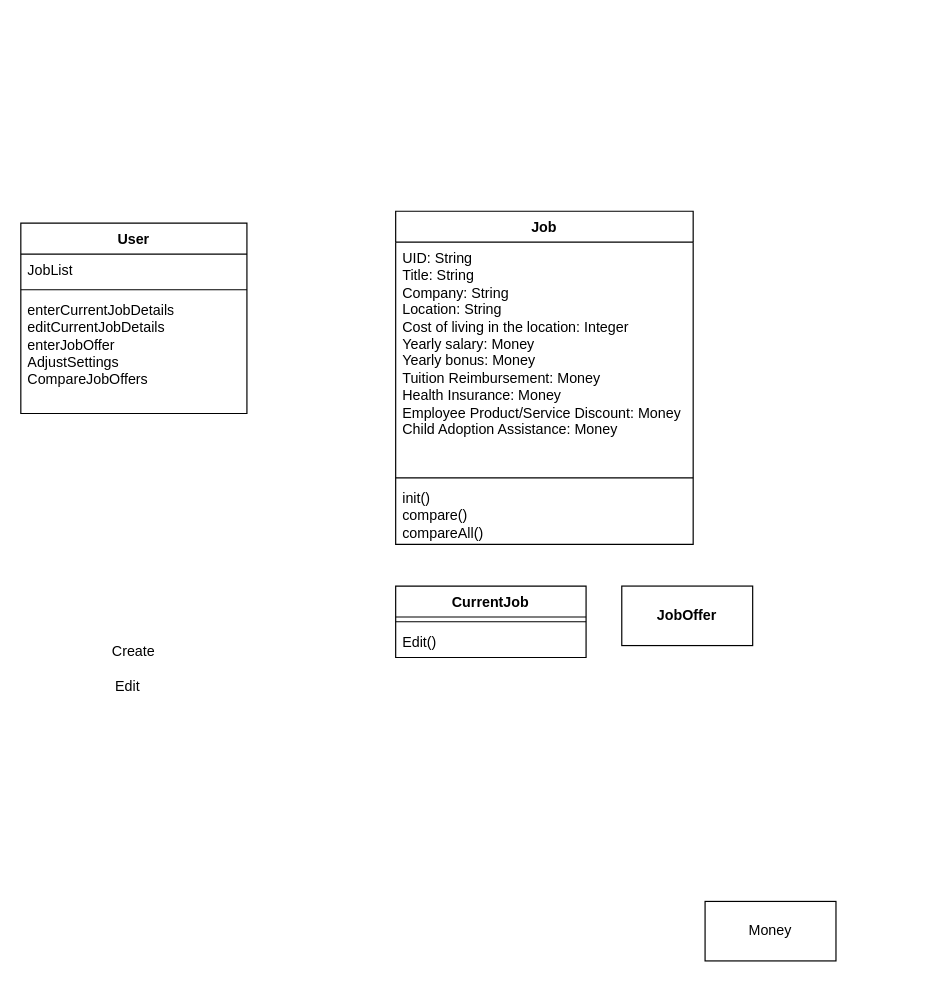
LanYan1110/Blog_Web_Application keeps this draw.io diagram as Untitled Diagram.drawio. Above is the earlier version. Source tidied: cells renumbered, new cells numbered last; positions are measured from the earlier drawing's top-left corner, leaving out a move shared by most shapes. Both pictures are drawn from the tidied source at 119%, with x=0, y=0 at pixel (20, 211).
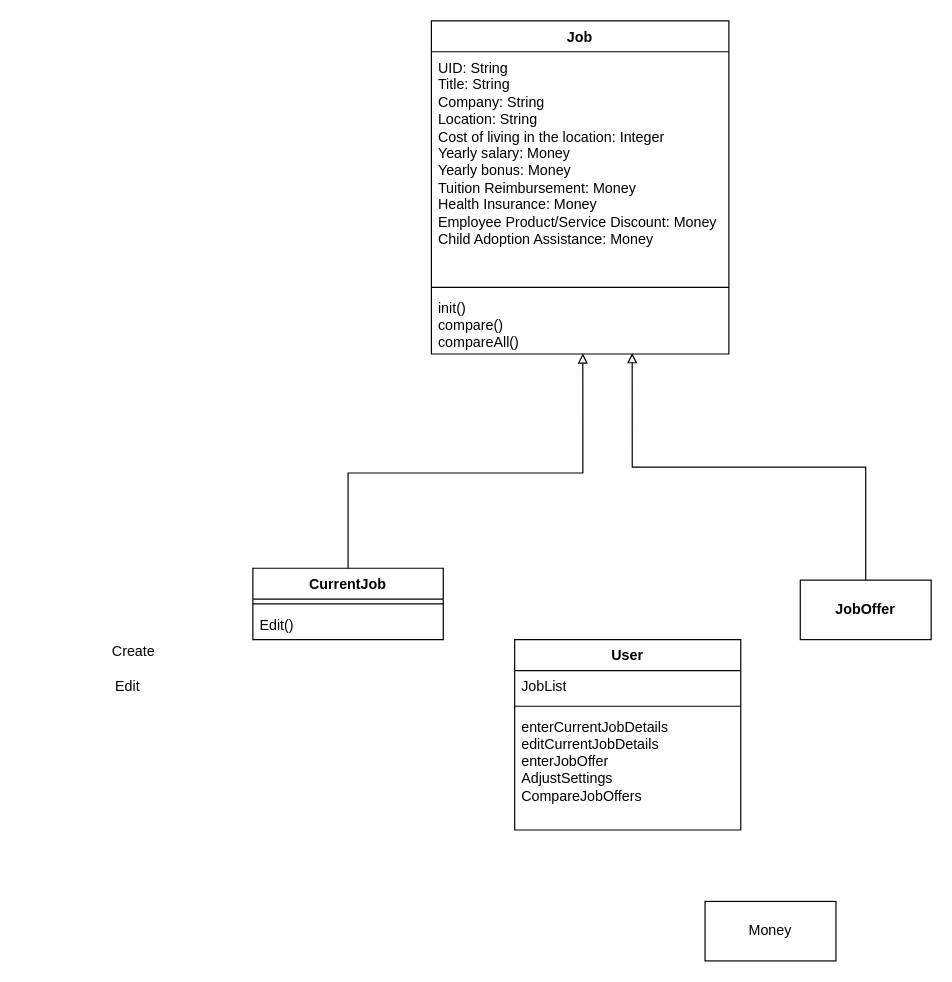
The same diagram, later.

The change refers to these unchanged cells:
```xml
<mxCell id="11" value="init()&lt;div&gt;compare()&lt;/div&gt;&lt;div&gt;compareAll()&lt;/div&gt;" style="text;strokeColor=none;fillColor=none;align=left;verticalAlign=top;spacingLeft=4;spacingRight=4;overflow=hidden;points=[[0,0.5],[1,0.5]];portConstraint=eastwest;whiteSpace=wrap;html=1;" parent="8" vertex="1">
  <mxGeometry y="228" width="250" height="52" as="geometry" />
</mxCell>
```

What changed in the source:
```diff
@@
     <mxCell id="2" value="User" style="swimlane;fontStyle=1;align=center;verticalAlign=top;horizontal=1;startSize=26;whiteSpace=wrap;html=1;" parent="1" vertex="1">
-      <mxGeometry y="10" width="190" height="160" as="geometry" />
+      <mxGeometry x="415" y="360" width="190" height="160" as="geometry" />
     </mxCell>
@@
     <mxCell id="8" value="Job" style="swimlane;fontStyle=1;align=center;verticalAlign=top;horizontal=1;startSize=26;whiteSpace=wrap;html=1;" parent="1" vertex="1">
-      <mxGeometry x="315" width="250" height="280" as="geometry" />
+      <mxGeometry x="345" y="-160" width="250" height="280" as="geometry" />
     </mxCell>
@@
     <mxCell id="13" value="&lt;b&gt;JobOffer&lt;/b&gt;" style="html=1;whiteSpace=wrap;" parent="1" vertex="1">
-      <mxGeometry x="505" y="315" width="110" height="50" as="geometry" />
+      <mxGeometry x="655" y="310" width="110" height="50" as="geometry" />
     </mxCell>
     <mxCell id="14" value="CurrentJob" style="swimlane;fontStyle=1;align=center;verticalAlign=top;horizontal=1;startSize=26;whiteSpace=wrap;html=1;" parent="1" vertex="1">
-      <mxGeometry x="315" y="315" width="160" height="60" as="geometry" />
+      <mxGeometry x="195" y="300" width="160" height="60" as="geometry" />
     </mxCell>
@@
+    <mxCell id="17" style="edgeStyle=orthogonalEdgeStyle;rounded=0;jettySize=auto;html=1;entryX=0.509;entryY=0.992;entryDx=0;entryDy=0;entryPerimeter=0;endArrow=block;endFill=0;" parent="1" edge="1" source="14" target="11">
+      <mxGeometry relative="1" as="geometry">
+        <Array as="points">
+          <mxPoint x="275" y="220" />
+          <mxPoint x="472" y="220" />
+        </Array>
+      </mxGeometry>
+    </mxCell>
+    <mxCell id="18" style="edgeStyle=orthogonalEdgeStyle;rounded=0;jettySize=auto;html=1;entryX=0.675;entryY=0.985;entryDx=0;entryDy=0;entryPerimeter=0;endArrow=block;endFill=0;" parent="1" edge="1" source="13" target="11">
+      <mxGeometry relative="1" as="geometry" />
+    </mxCell>
```
